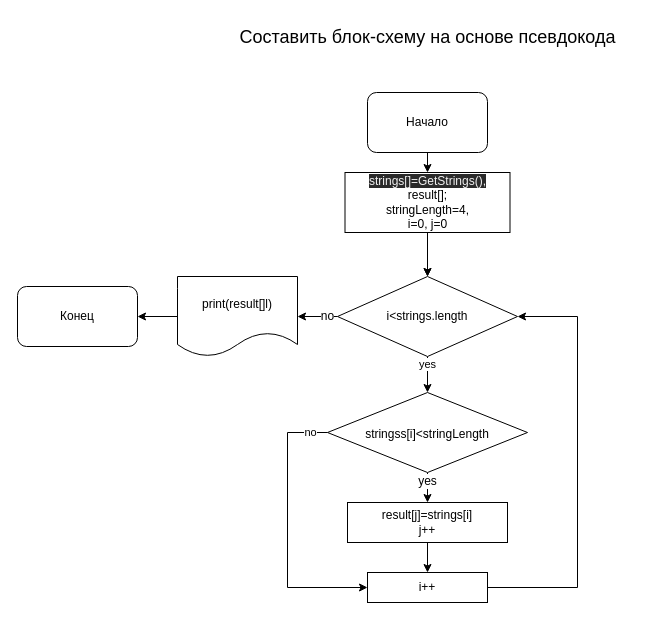
The draw.io diagram Algorythm.drawio in Malussapiens/SpecChooseRepo, before the edit. Source tidied: cells renumbered, new cells numbered last; positions are measured from the earlier drawing's top-left corner, leaving out a move shared by most shapes. Both pictures are drawn from the tidied source at 100%, with x=0, y=0 at pixel (17, 17).
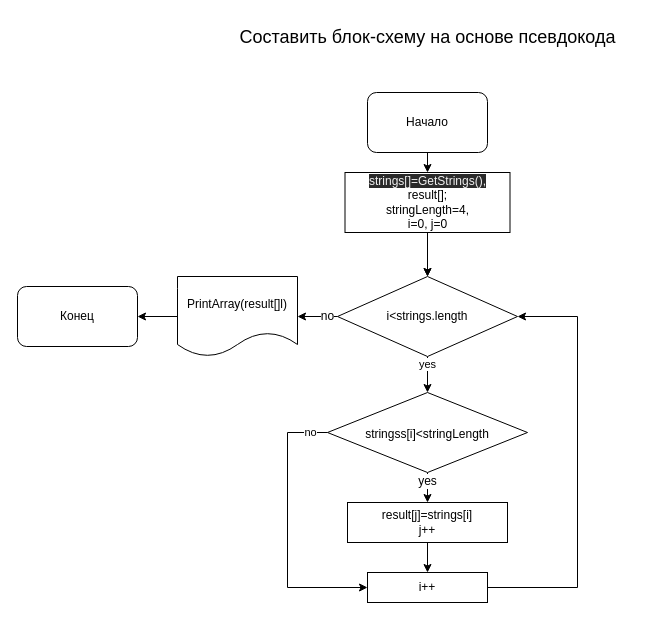
The same diagram, later.

Diff of the diagram source:
```diff
@@
-    <mxCell id="14" value="print(result[]l)" style="shape=document;whiteSpace=wrap;html=1;boundedLbl=1;" parent="1" vertex="1">
+    <mxCell id="14" value="PrintArray(result[]l)" style="shape=document;whiteSpace=wrap;html=1;boundedLbl=1;" parent="1" vertex="1">
       <mxGeometry x="160" y="259" width="120" height="80" as="geometry" />
     </mxCell>
```
